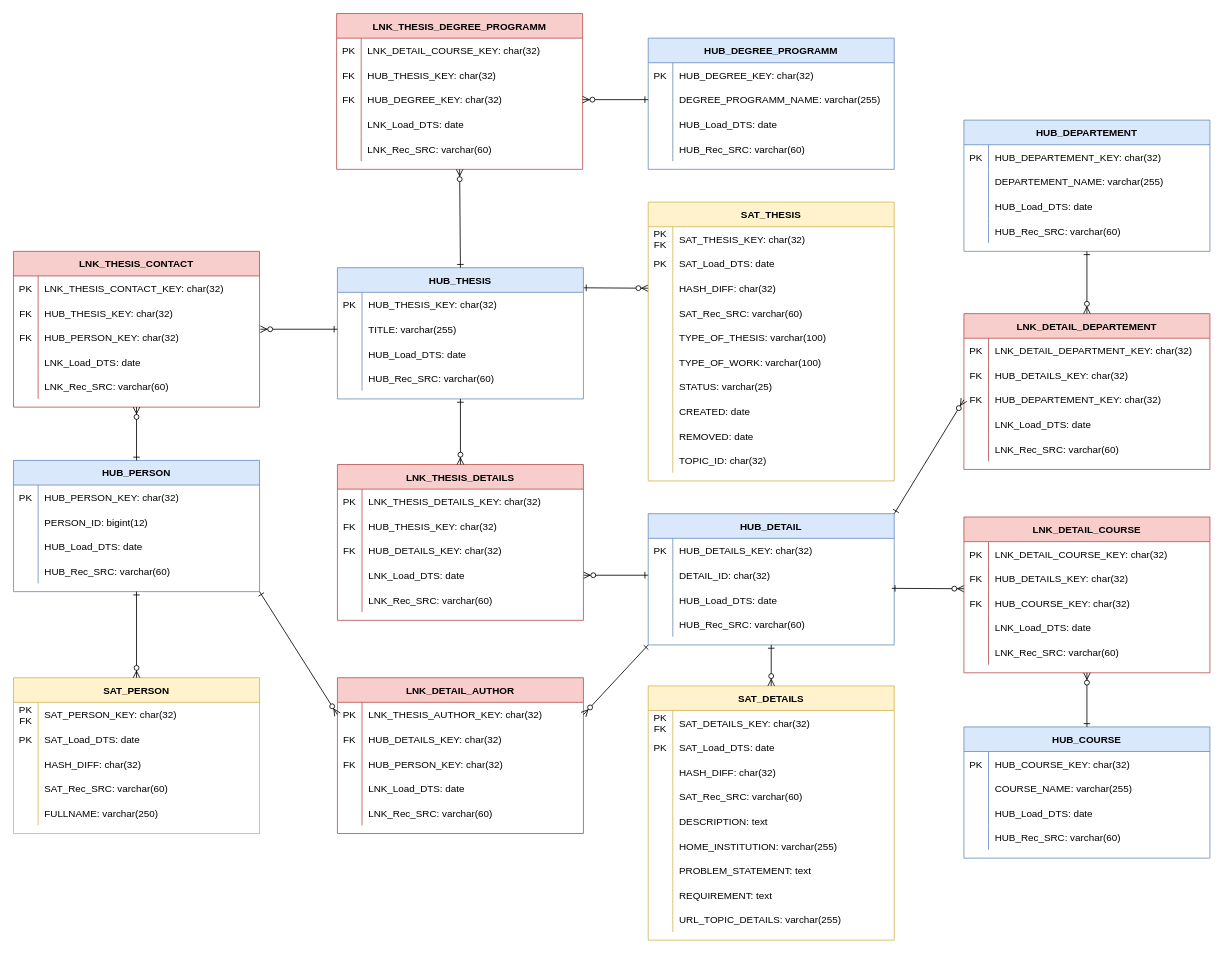
Earlier version of the draw.io diagram model/data_vault.drawio (sekrupke/bi-mini-project-p02). Source tidied: cells renumbered, new cells numbered last; positions are measured from the earlier drawing's top-left corner, leaving out a move shared by most shapes. Both pictures are drawn from the tidied source at 82%, with x=0, y=0 at pixel (13, 13).
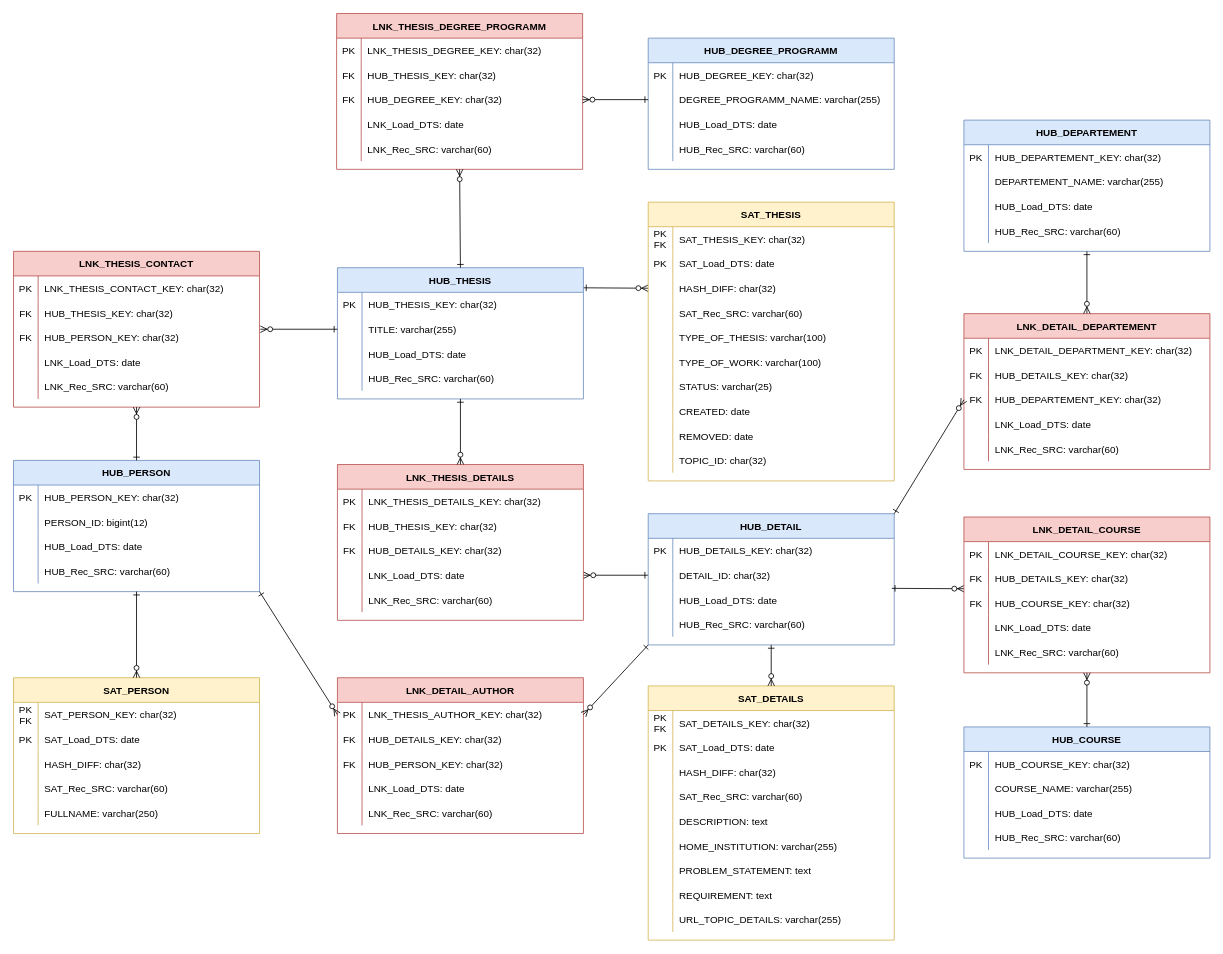
After the change.

The change refers to these unchanged cells:
```xml
<mxCell id="230" style="shape=partialRectangle;fillColor=none;top=0;left=0;right=0;bottom=0;" parent="229" vertex="1">
  <mxGeometry y="30" width="300" height="30" as="geometry" />
</mxCell>
```

The edit, as a diff of the source:
```diff
@@
-    <mxCell id="232" value="LNK_DETAIL_COURSE_KEY: char(32)" style="shape=partialRectangle;overflow=hidden;fillColor=none;top=0;left=0;bottom=0;right=0;align=left;spacingLeft=6;" parent="230" vertex="1">
+    <mxCell id="232" value="LNK_THESIS_DEGREE_KEY: char(32)" style="shape=partialRectangle;overflow=hidden;fillColor=none;top=0;left=0;bottom=0;right=0;align=left;spacingLeft=6;" parent="230" vertex="1">
       <mxGeometry x="30" width="270" height="30" as="geometry" />
     </mxCell>
```
